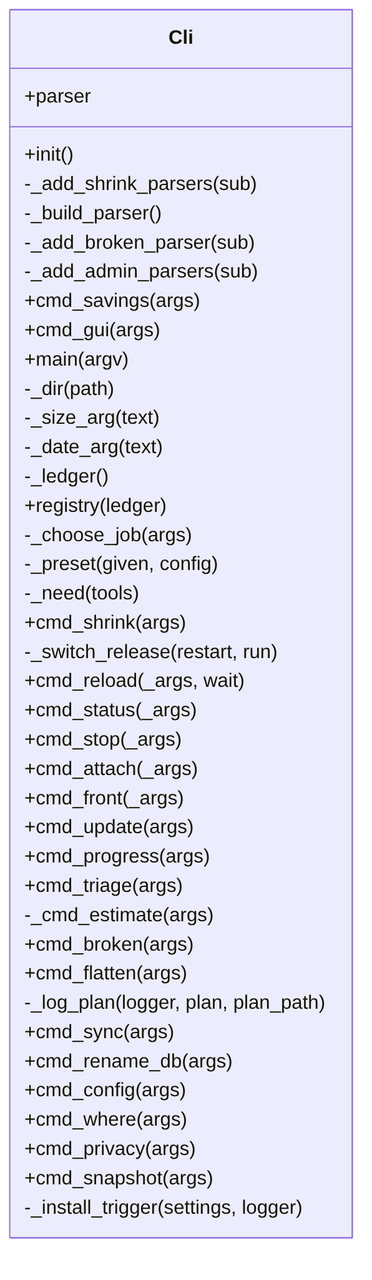
This is docs/img/uml_cli.png from peddanet/mediatools, a Mermaid export, as it was before one commit. Its source is kept beside it as docs/img/uml_cli.mmd.
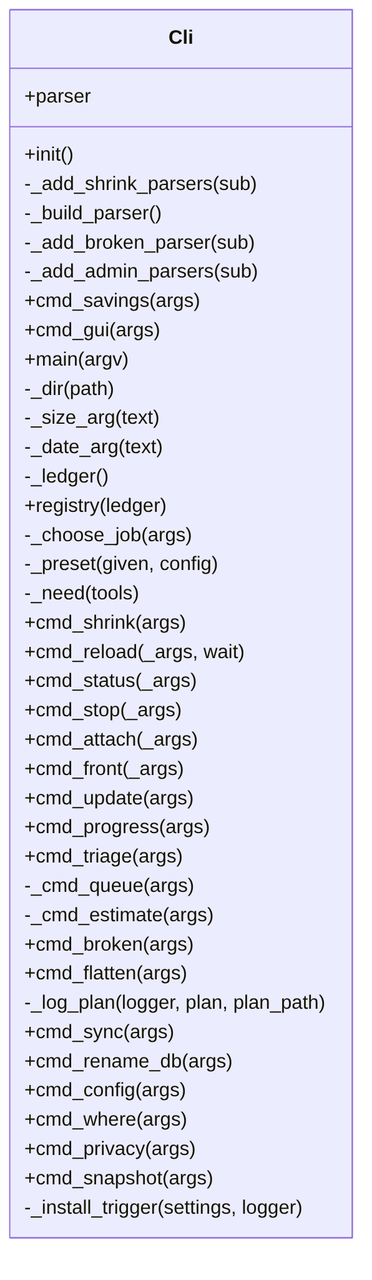
After the commit.

What changed in the source:
```diff
@@ -19,7 +19,6 @@
     -_preset(given, config)
     -_need(tools)
     +cmd_shrink(args)
-    -_switch_release(restart, run)
     +cmd_reload(_args, wait)
     +cmd_status(_args)
     +cmd_stop(_args)
@@ -28,6 +27,7 @@
     +cmd_update(args)
     +cmd_progress(args)
     +cmd_triage(args)
+    -_cmd_queue(args)
     -_cmd_estimate(args)
     +cmd_broken(args)
     +cmd_flatten(args)
```
